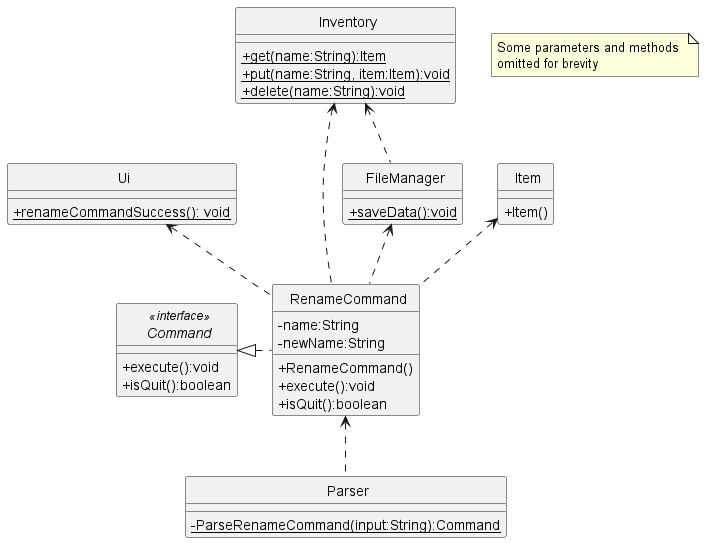
Before: docs/uml-diagrams/RenameCommandClass.png, a diagram exported from PlantUML (rismm/tp).
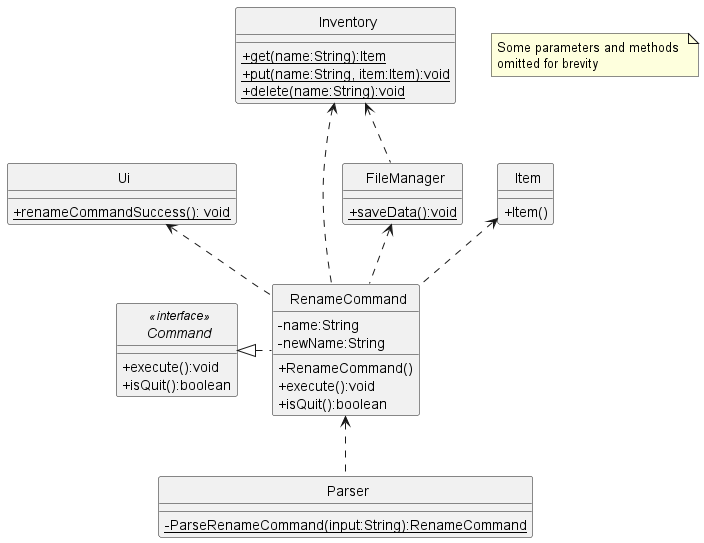
After the change.

Change to the diagram source:
```diff
@@ -41,7 +41,7 @@
 }
 
 class Parser {
-    {static}-ParseRenameCommand(input:String):Command
+    {static}-ParseRenameCommand(input:String):RenameCommand
 }
 
 class Inventory {
```
